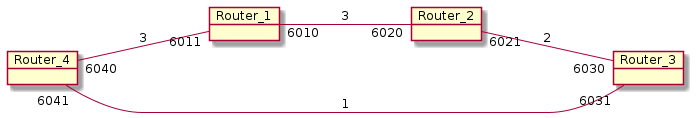
Above: network_topology/COSC364 RIP Network Topology.png in mengsince1986/RIP_Router_Simulator (PlantUML), before the change.
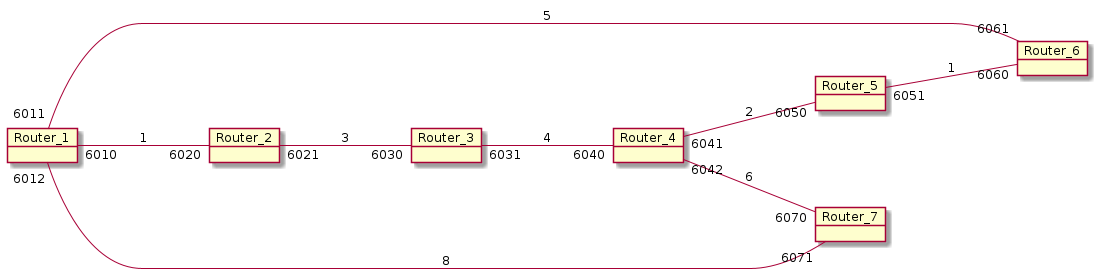
After the commit.

Diff of the diagram source:
```diff
@@ -5,9 +5,17 @@
 object Router_2
 object Router_3
 object Router_4
+object Router_5
+object Router_6
+object Router_7
 
-Router_1 "6010" --- "6020" Router_2 : 3
-Router_2 "6021" --- "6030" Router_3 : 2
-Router_4 "6040" --- "6011" Router_1 : 3
-Router_4 "6041" --- "6031" Router_3 : 1
+Router_1 "6010" --- "6020" Router_2 : 1
+Router_2 "6021" --- "6030" Router_3 : 3
+Router_3 "6031" --- "6040" Router_4 : 4
+Router_4 "6041" --- "6050" Router_5 : 2
+Router_4 "6042" --- "6070" Router_7 : 6
+Router_5 "6051" --- "6060" Router_6 : 1
+Router_6 "6061" --- "6011" Router_1 : 5
+Router_7 "6071" --- "6012" Router_1 : 8
+
 @enduml
```
